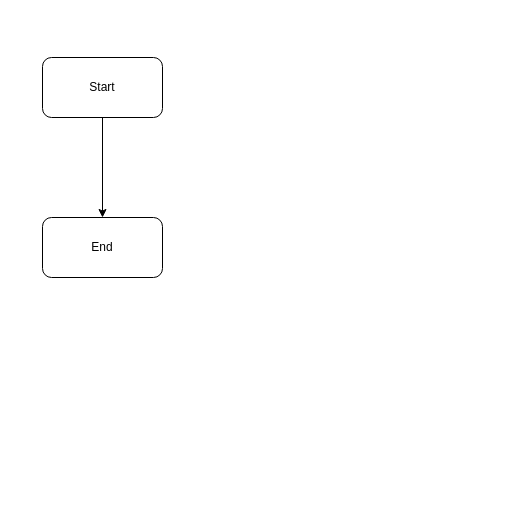
fullstack290623/20.07.2023 keeps this draw.io diagram as uml1.drawio. Above is the earlier version. Source tidied: cells renumbered, new cells numbered last; positions are measured from the earlier drawing's top-left corner, leaving out a move shared by most shapes. Both pictures are drawn from the tidied source at 100%, with x=0, y=0 at pixel (42, 57).
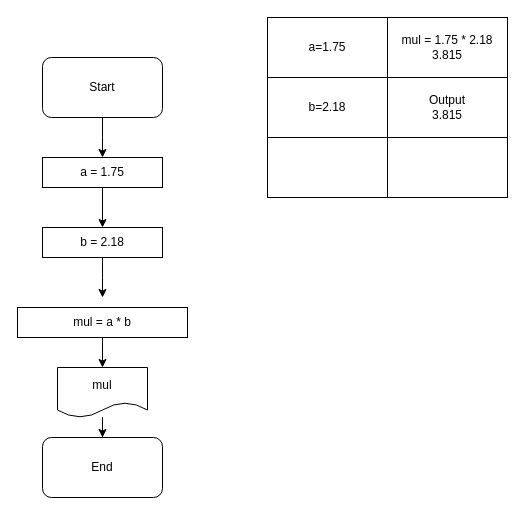
The same diagram, later.

The change refers to these unchanged cells:
```xml
<mxCell id="3" value="Start" style="rounded=1;whiteSpace=wrap;html=1;" parent="1" vertex="1">
  <mxGeometry width="120" height="60" as="geometry" />
</mxCell>
```

What changed in the source:
```diff
@@
-    <mxCell id="2" style="edgeStyle=orthogonalEdgeStyle;rounded=0;jettySize=auto;html=1;entryX=0.5;entryY=0;entryDx=0;entryDy=0;" parent="1" edge="1" source="3" target="4">
-      <mxGeometry relative="1" as="geometry" />
-    </mxCell>
+    <mxCell id="5" style="edgeStyle=orthogonalEdgeStyle;rounded=0;jettySize=auto;html=1;entryX=0.5;entryY=0;entryDx=0;entryDy=0;" parent="1" edge="1" source="3">
+      <mxGeometry relative="1" as="geometry">
+        <mxPoint x="60" y="100" as="targetPoint" />
+      </mxGeometry>
+    </mxCell>
@@
     <mxCell id="4" value="End" style="rounded=1;whiteSpace=wrap;html=1;" parent="1" vertex="1">
-      <mxGeometry y="160" width="120" height="60" as="geometry" />
+      <mxGeometry y="380" width="120" height="60" as="geometry" />
     </mxCell>
+    <mxCell id="6" style="edgeStyle=orthogonalEdgeStyle;rounded=0;jettySize=auto;html=1;entryX=0.5;entryY=0;entryDx=0;entryDy=0;" parent="1" edge="1" source="7" target="9">
+      <mxGeometry relative="1" as="geometry" />
+    </mxCell>
+    <mxCell id="7" value="a = 1.75" style="rounded=0;whiteSpace=wrap;html=1;" parent="1" vertex="1">
+      <mxGeometry y="100" width="120" height="30" as="geometry" />
+    </mxCell>
+    <mxCell id="8" style="edgeStyle=orthogonalEdgeStyle;rounded=0;jettySize=auto;html=1;" parent="1" edge="1" source="9">
+      <mxGeometry relative="1" as="geometry">
+        <mxPoint x="60" y="240" as="targetPoint" />
+      </mxGeometry>
+    </mxCell>
+    <mxCell id="9" value="b = 2.18" style="rounded=0;whiteSpace=wrap;html=1;" parent="1" vertex="1">
+      <mxGeometry y="170" width="120" height="30" as="geometry" />
+    </mxCell>
+    <mxCell id="10" style="edgeStyle=orthogonalEdgeStyle;rounded=0;jettySize=auto;html=1;" parent="1" edge="1" source="11" target="13">
+      <mxGeometry relative="1" as="geometry" />
+    </mxCell>
+    <mxCell id="11" value="mul = a * b" style="rounded=0;whiteSpace=wrap;html=1;" parent="1" vertex="1">
+      <mxGeometry x="-25" y="250" width="170" height="30" as="geometry" />
+    </mxCell>
+    <mxCell id="12" style="edgeStyle=orthogonalEdgeStyle;rounded=0;jettySize=auto;html=1;" parent="1" edge="1" source="13" target="4">
+      <mxGeometry relative="1" as="geometry" />
+    </mxCell>
+    <mxCell id="13" value="mul" style="shape=document;whiteSpace=wrap;html=1;boundedLbl=1;" parent="1" vertex="1">
+      <mxGeometry x="15" y="310" width="90" height="50" as="geometry" />
+    </mxCell>
+    <mxCell id="14" value="a=1.75" style="rounded=0;whiteSpace=wrap;html=1;" parent="1" vertex="1">
+      <mxGeometry x="225" y="-40" width="120" height="60" as="geometry" />
+    </mxCell>
+    <mxCell id="15" value="b=2.18" style="rounded=0;whiteSpace=wrap;html=1;" parent="1" vertex="1">
+      <mxGeometry x="225" y="20" width="120" height="60" as="geometry" />
+    </mxCell>
+    <mxCell id="16" value="mul = 1.75 * 2.18&lt;br&gt;3.815" style="rounded=0;whiteSpace=wrap;html=1;" parent="1" vertex="1">
+      <mxGeometry x="345" y="-40" width="120" height="60" as="geometry" />
+    </mxCell>
+    <mxCell id="17" value="Output&lt;br&gt;3.815" style="rounded=0;whiteSpace=wrap;html=1;" parent="1" vertex="1">
+      <mxGeometry x="345" y="20" width="120" height="60" as="geometry" />
+    </mxCell>
+    <mxCell id="18" style="rounded=0;whiteSpace=wrap;html=1;" parent="1" vertex="1">
+      <mxGeometry x="225" y="80" width="120" height="60" as="geometry" />
+    </mxCell>
+    <mxCell id="19" style="rounded=0;whiteSpace=wrap;html=1;" parent="1" vertex="1">
+      <mxGeometry x="345" y="80" width="120" height="60" as="geometry" />
+    </mxCell>
```
